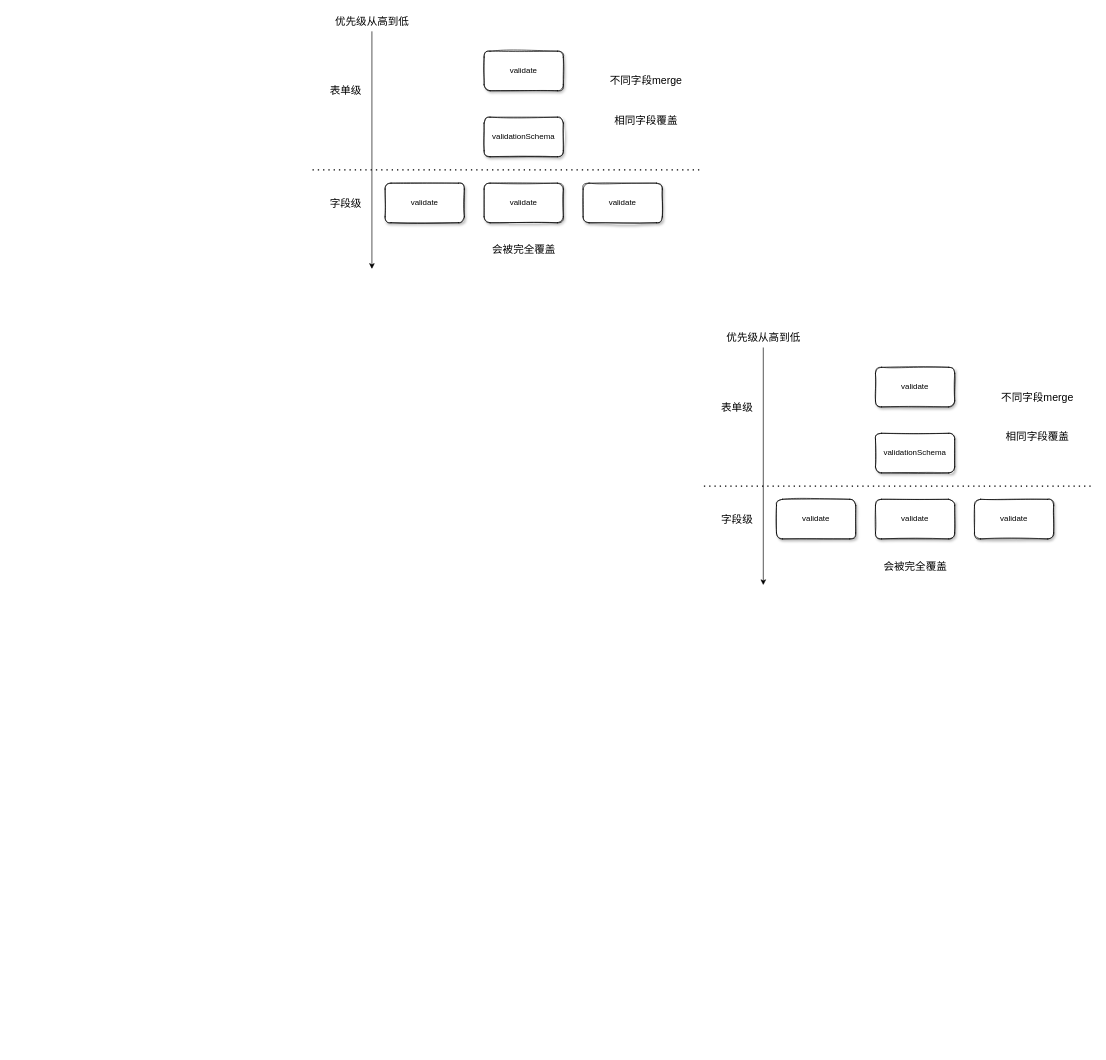
heggria/blog keeps this draw.io diagram as 未命名绘图.drawio. Above is the earlier version. Source tidied: cells renumbered, new cells numbered last; positions are measured from the earlier drawing's top-left corner, leaving out a move shared by most shapes. Both pictures are drawn from the tidied source at 66%, with x=0, y=0 at pixel (312, 11).
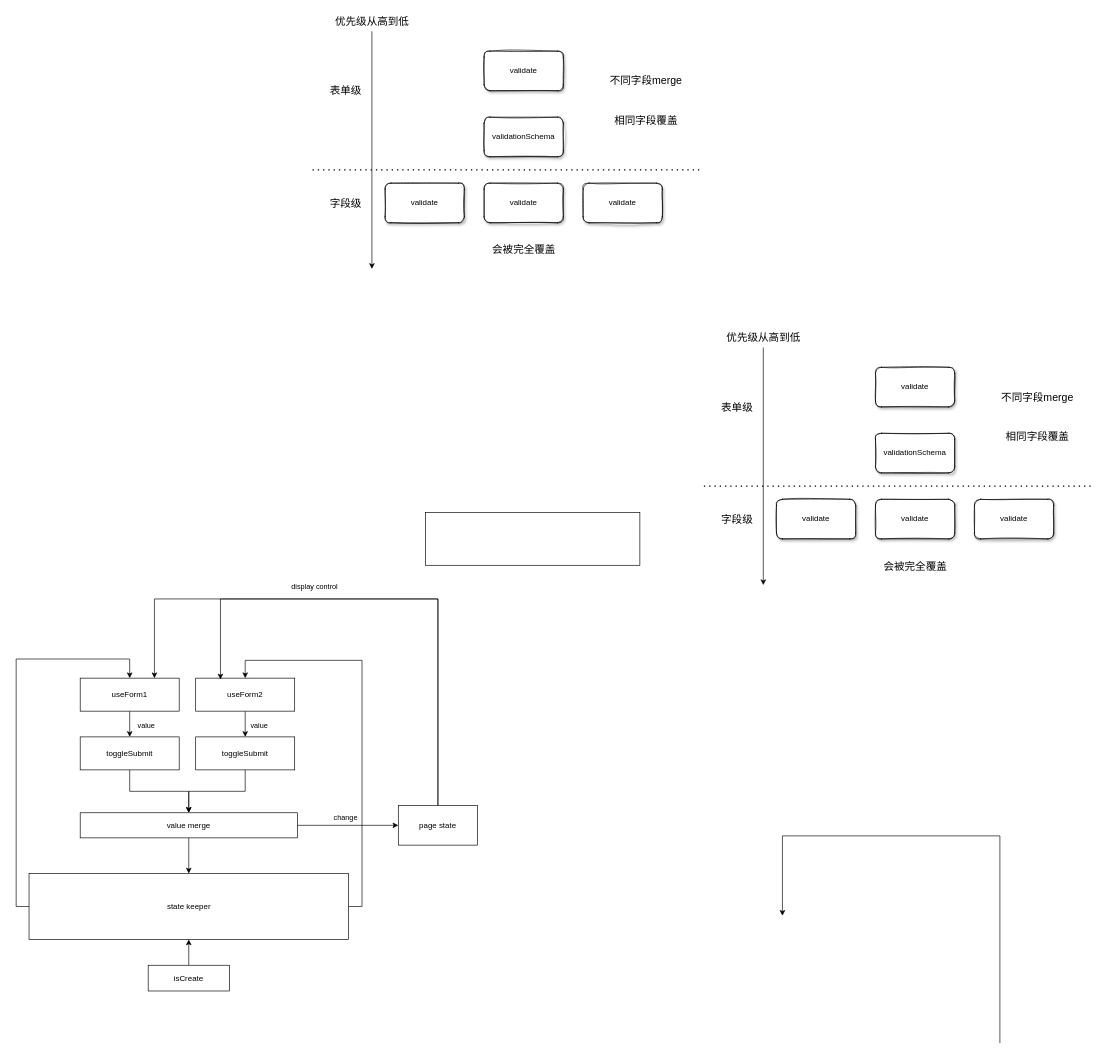
After the change.

Commit message:
更新未命名绘图.drawio

Change to the diagram source:
```diff
@@
+    <mxCell id="28" style="rounded=0;whiteSpace=wrap;html=1;" parent="1" vertex="1">
+      <mxGeometry x="171" y="759" width="325" height="80" as="geometry" />
+    </mxCell>
+    <mxCell id="29" style="edgeStyle=orthogonalEdgeStyle;rounded=0;jettySize=auto;html=1;exitX=0.5;exitY=1;exitDx=0;exitDy=0;entryX=0.5;entryY=0;entryDx=0;entryDy=0;" parent="1" edge="1" source="31" target="36">
+      <mxGeometry relative="1" as="geometry" />
+    </mxCell>
+    <mxCell id="30" value="value" style="edgeLabel;html=1;align=center;verticalAlign=middle;" parent="29" vertex="1">
+      <mxGeometry x="0.17" relative="1" as="geometry">
+        <mxPoint x="24" y="-2" as="offset" />
+      </mxGeometry>
+    </mxCell>
+    <mxCell id="31" value="useForm1" style="rounded=0;whiteSpace=wrap;html=1;" parent="1" vertex="1">
+      <mxGeometry x="-352" y="1010" width="150" height="50" as="geometry" />
+    </mxCell>
+    <mxCell id="32" style="edgeStyle=orthogonalEdgeStyle;rounded=0;jettySize=auto;html=1;exitX=0.5;exitY=1;exitDx=0;exitDy=0;entryX=0.5;entryY=0;entryDx=0;entryDy=0;" parent="1" edge="1" source="34" target="38">
+      <mxGeometry relative="1" as="geometry" />
+    </mxCell>
+    <mxCell id="33" value="value" style="edgeLabel;html=1;align=center;verticalAlign=middle;" parent="32" vertex="1">
+      <mxGeometry x="-0.1" relative="1" as="geometry">
+        <mxPoint x="20" y="3" as="offset" />
+      </mxGeometry>
+    </mxCell>
+    <mxCell id="34" value="useForm2" style="rounded=0;whiteSpace=wrap;html=1;" parent="1" vertex="1">
+      <mxGeometry x="-177" y="1010" width="150" height="50" as="geometry" />
+    </mxCell>
+    <mxCell id="35" style="edgeStyle=orthogonalEdgeStyle;rounded=0;jettySize=auto;html=1;exitX=0.5;exitY=1;exitDx=0;exitDy=0;entryX=0.5;entryY=0;entryDx=0;entryDy=0;" parent="1" edge="1" source="36" target="41">
+      <mxGeometry relative="1" as="geometry" />
+    </mxCell>
+    <mxCell id="36" value="toggleSubmit" style="rounded=0;whiteSpace=wrap;html=1;" parent="1" vertex="1">
+      <mxGeometry x="-352" y="1099" width="150" height="50" as="geometry" />
+    </mxCell>
+    <mxCell id="37" style="edgeStyle=orthogonalEdgeStyle;rounded=0;jettySize=auto;html=1;exitX=0.5;exitY=1;exitDx=0;exitDy=0;entryX=0.5;entryY=0;entryDx=0;entryDy=0;" parent="1" edge="1" source="38" target="41">
+      <mxGeometry relative="1" as="geometry" />
+    </mxCell>
+    <mxCell id="38" value="toggleSubmit" style="rounded=0;whiteSpace=wrap;html=1;" parent="1" vertex="1">
+      <mxGeometry x="-177" y="1099" width="150" height="50" as="geometry" />
+    </mxCell>
+    <mxCell id="39" style="edgeStyle=orthogonalEdgeStyle;rounded=0;jettySize=auto;html=1;exitX=0.5;exitY=1;exitDx=0;exitDy=0;" parent="1" edge="1" source="41" target="44">
+      <mxGeometry relative="1" as="geometry" />
+    </mxCell>
+    <mxCell id="40" value="change" style="edgeStyle=orthogonalEdgeStyle;rounded=0;jettySize=auto;html=1;exitX=1;exitY=0.5;exitDx=0;exitDy=0;entryX=0;entryY=0.5;entryDx=0;entryDy=0;" parent="1" edge="1" source="41" target="51">
+      <mxGeometry x="-0.05" y="12" relative="1" as="geometry" />
+    </mxCell>
+    <mxCell id="41" value="value merge" style="rounded=0;whiteSpace=wrap;html=1;" parent="1" vertex="1">
+      <mxGeometry x="-352" y="1214" width="329" height="38" as="geometry" />
+    </mxCell>
+    <mxCell id="42" style="edgeStyle=orthogonalEdgeStyle;rounded=0;jettySize=auto;html=1;exitX=0;exitY=0.5;exitDx=0;exitDy=0;entryX=0.5;entryY=0;entryDx=0;entryDy=0;" parent="1" edge="1" source="44" target="31">
+      <mxGeometry relative="1" as="geometry">
+        <Array as="points">
+          <mxPoint x="-449" y="1356" />
+          <mxPoint x="-449" y="981" />
+          <mxPoint x="-277" y="981" />
+        </Array>
+      </mxGeometry>
+    </mxCell>
+    <mxCell id="43" style="edgeStyle=orthogonalEdgeStyle;rounded=0;jettySize=auto;html=1;exitX=1;exitY=0.5;exitDx=0;exitDy=0;entryX=0.5;entryY=0;entryDx=0;entryDy=0;" parent="1" edge="1" source="44" target="34">
+      <mxGeometry relative="1" as="geometry">
+        <Array as="points">
+          <mxPoint x="75" y="1356" />
+          <mxPoint x="75" y="983" />
+          <mxPoint x="-102" y="983" />
+        </Array>
+      </mxGeometry>
+    </mxCell>
+    <mxCell id="44" value="state keeper" style="rounded=0;whiteSpace=wrap;html=1;" parent="1" vertex="1">
+      <mxGeometry x="-429.5" y="1306" width="484" height="100" as="geometry" />
+    </mxCell>
+    <mxCell id="45" style="edgeStyle=orthogonalEdgeStyle;rounded=0;jettySize=auto;html=1;exitX=0.5;exitY=0;exitDx=0;exitDy=0;entryX=0.5;entryY=1;entryDx=0;entryDy=0;" parent="1" edge="1" source="46" target="44">
+      <mxGeometry relative="1" as="geometry" />
+    </mxCell>
+    <mxCell id="46" value="isCreate" style="rounded=0;whiteSpace=wrap;html=1;" parent="1" vertex="1">
+      <mxGeometry x="-249" y="1445" width="123" height="39" as="geometry" />
+    </mxCell>
+    <mxCell id="47" style="edgeStyle=orthogonalEdgeStyle;rounded=0;orthogonalLoop=1;jettySize=auto;html=1;exitX=0.5;exitY=0;exitDx=0;exitDy=0;entryX=0.25;entryY=0;entryDx=0;entryDy=0;" parent="1" edge="1">
+      <mxGeometry relative="1" as="geometry">
+        <mxPoint x="1041.5" y="1563" as="sourcePoint" />
+        <mxPoint x="712" y="1370" as="targetPoint" />
+        <Array as="points">
+          <mxPoint x="1041.5" y="1249" />
+          <mxPoint x="712.5" y="1249" />
+        </Array>
+      </mxGeometry>
+    </mxCell>
+    <mxCell id="48" style="edgeStyle=orthogonalEdgeStyle;rounded=0;jettySize=auto;html=1;exitX=0.5;exitY=0;exitDx=0;exitDy=0;entryX=0.75;entryY=0;entryDx=0;entryDy=0;" parent="1" edge="1" source="51" target="31">
+      <mxGeometry relative="1" as="geometry">
+        <Array as="points">
+          <mxPoint x="190" y="890" />
+          <mxPoint x="-239" y="890" />
+        </Array>
+      </mxGeometry>
+    </mxCell>
+    <mxCell id="49" style="edgeStyle=orthogonalEdgeStyle;rounded=0;orthogonalLoop=1;jettySize=auto;html=1;exitX=0.5;exitY=0;exitDx=0;exitDy=0;entryX=0.25;entryY=0;entryDx=0;entryDy=0;" parent="1" edge="1">
+      <mxGeometry relative="1" as="geometry">
+        <mxPoint x="190" y="1205" as="sourcePoint" />
+        <mxPoint x="-139.5" y="1012" as="targetPoint" />
+        <Array as="points">
+          <mxPoint x="190" y="890" />
+          <mxPoint x="-139" y="890" />
+        </Array>
+      </mxGeometry>
+    </mxCell>
+    <mxCell id="50" value="display control" style="edgeLabel;html=1;align=center;verticalAlign=middle;" parent="49" vertex="1">
+      <mxGeometry x="0.31" y="-3" relative="1" as="geometry">
+        <mxPoint x="-1" y="-16" as="offset" />
+      </mxGeometry>
+    </mxCell>
+    <mxCell id="51" value="page state" style="rounded=0;whiteSpace=wrap;html=1;" parent="1" vertex="1">
+      <mxGeometry x="130" y="1203" width="120" height="60" as="geometry" />
+    </mxCell>
```
